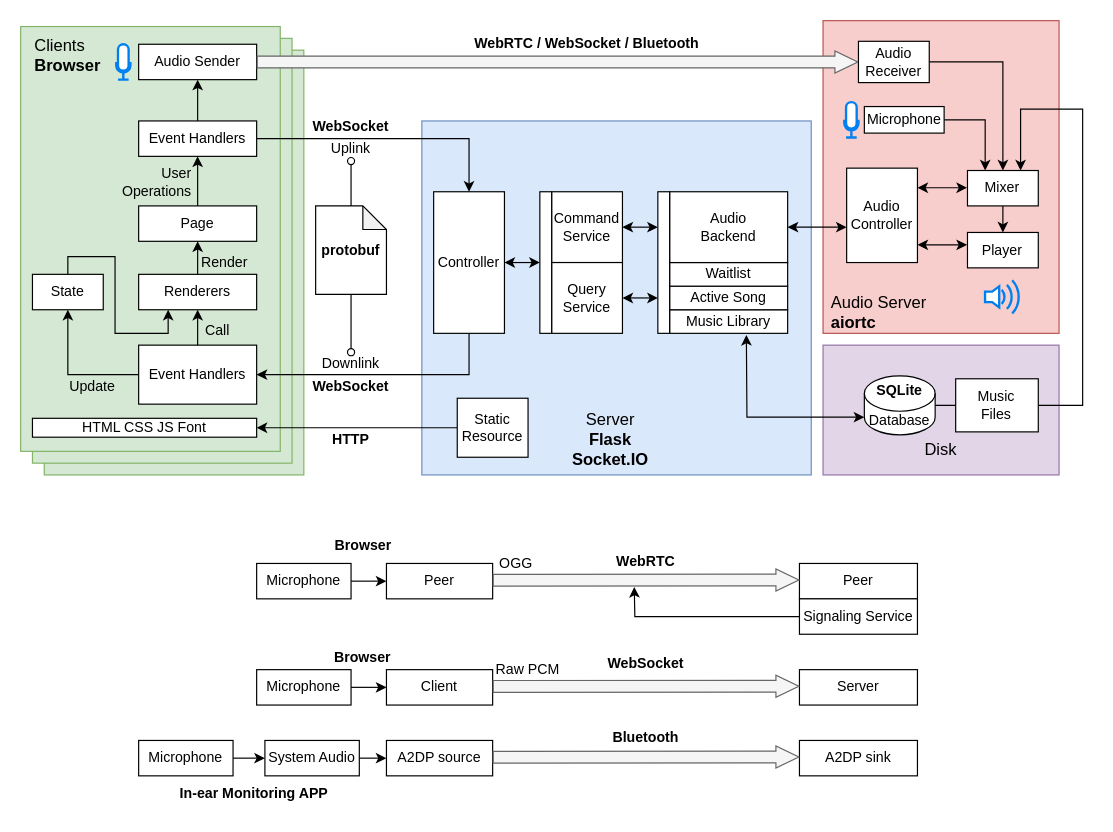
The draw.io diagram Drafts/ksong-arch.drawio in xrysamuel/my-drawio, before the edit. Source tidied: cells renumbered, new cells numbered last; positions are measured from the earlier drawing's top-left corner, leaving out a move shared by most shapes. Both pictures are drawn from the tidied source at 118%, with x=0, y=0 at pixel (20, 20).
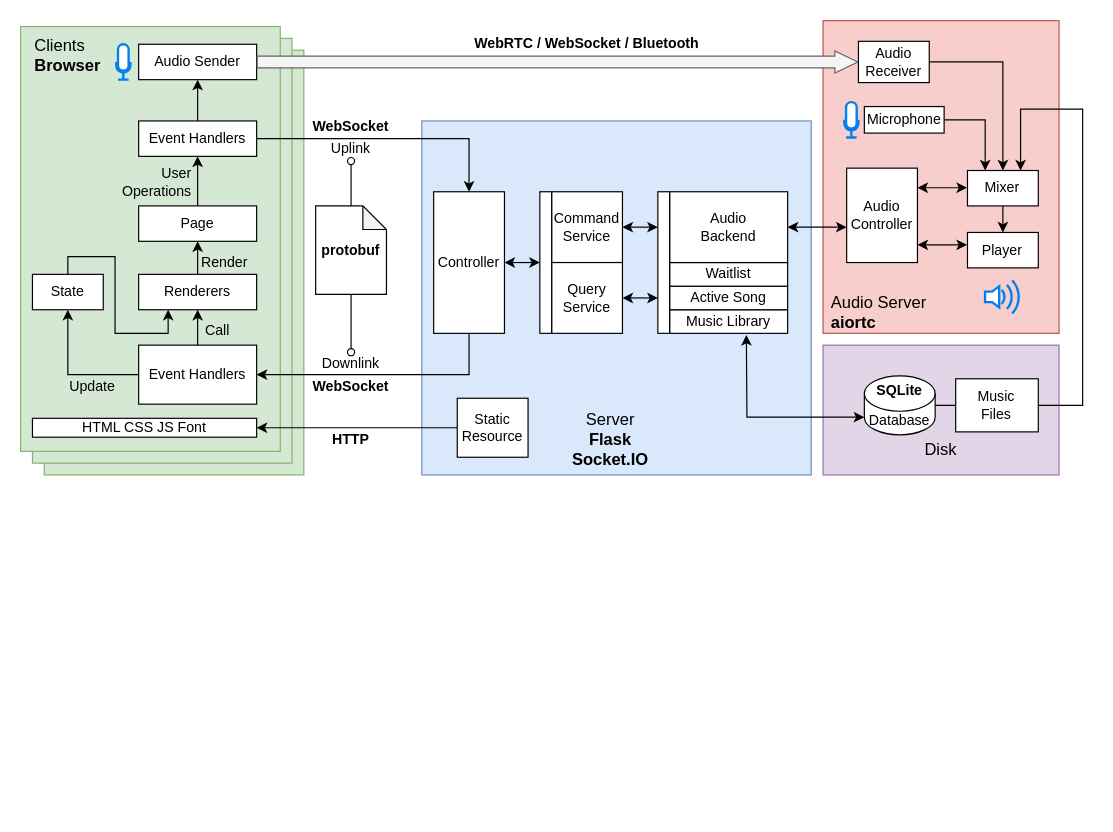
The same page after the edit.

The edit, as a diff of the source:
```diff
@@
-    <mxCell id="75" value="Peer" style="rounded=0;whiteSpace=wrap;html=1;" parent="1" vertex="1">
-      <mxGeometry x="310" y="460" width="90" height="30" as="geometry" />
-    </mxCell>
-    <mxCell id="76" value="Peer" style="rounded=0;whiteSpace=wrap;html=1;" parent="1" vertex="1">
-      <mxGeometry x="660" y="460" width="100" height="30" as="geometry" />
-    </mxCell>
-    <mxCell id="77" style="shape=flexArrow;endArrow=classic;html=1;rounded=0;endWidth=7.666666666666667;endSize=6.146666666666667;fillColor=#f5f5f5;strokeColor=#666666;" parent="1" edge="1">
-      <mxGeometry relative="1" as="geometry">
-        <mxPoint x="400" y="474.2" as="sourcePoint" />
-        <mxPoint x="660" y="474" as="targetPoint" />
-      </mxGeometry>
-    </mxCell>
-    <mxCell id="78" value="WebRTC" style="text;html=1;align=center;verticalAlign=middle;whiteSpace=wrap;rounded=0;fontStyle=1;" parent="1" vertex="1">
-      <mxGeometry x="420" y="444" width="220" height="30" as="geometry" />
-    </mxCell>
-    <mxCell id="79" style="edgeStyle=orthogonalEdgeStyle;rounded=0;jettySize=auto;html=1;exitX=0;exitY=0.5;exitDx=0;exitDy=0;" parent="1" edge="1" source="80">
-      <mxGeometry relative="1" as="geometry">
-        <mxPoint x="520" y="480" as="targetPoint" />
-      </mxGeometry>
-    </mxCell>
-    <mxCell id="80" value="Signaling Service" style="rounded=0;whiteSpace=wrap;html=1;" parent="1" vertex="1">
-      <mxGeometry x="660" y="490" width="100" height="30" as="geometry" />
-    </mxCell>
-    <mxCell id="81" value="A2DP source" style="rounded=0;whiteSpace=wrap;html=1;" parent="1" vertex="1">
-      <mxGeometry x="310" y="610" width="90" height="30" as="geometry" />
-    </mxCell>
-    <mxCell id="82" value="A2DP sink" style="rounded=0;whiteSpace=wrap;html=1;" parent="1" vertex="1">
-      <mxGeometry x="660" y="610" width="100" height="30" as="geometry" />
-    </mxCell>
-    <mxCell id="83" style="shape=flexArrow;endArrow=classic;html=1;rounded=0;endWidth=7.666666666666667;endSize=6.146666666666667;fillColor=#f5f5f5;strokeColor=#666666;" parent="1" edge="1">
-      <mxGeometry relative="1" as="geometry">
-        <mxPoint x="400" y="624.2" as="sourcePoint" />
-        <mxPoint x="660" y="624" as="targetPoint" />
-      </mxGeometry>
-    </mxCell>
-    <mxCell id="84" value="Bluetooth" style="text;html=1;align=center;verticalAlign=middle;whiteSpace=wrap;rounded=0;fontStyle=1;" parent="1" vertex="1">
-      <mxGeometry x="420" y="593" width="220" height="30" as="geometry" />
-    </mxCell>
-    <mxCell id="85" style="edgeStyle=none;rounded=0;orthogonalLoop=1;jettySize=auto;html=1;exitX=0.5;exitY=1;exitDx=0;exitDy=0;" parent="1" edge="1" source="84" target="84">
-      <mxGeometry relative="1" as="geometry" />
-    </mxCell>
-    <mxCell id="86" style="edgeStyle=none;rounded=0;jettySize=auto;html=1;exitX=1;exitY=0.5;exitDx=0;exitDy=0;entryX=0;entryY=0.5;entryDx=0;entryDy=0;" parent="1" edge="1" source="87" target="81">
-      <mxGeometry relative="1" as="geometry" />
-    </mxCell>
-    <mxCell id="87" value="System Audio" style="rounded=0;whiteSpace=wrap;html=1;" parent="1" vertex="1">
-      <mxGeometry x="207" y="610" width="80" height="30" as="geometry" />
-    </mxCell>
-    <mxCell id="88" style="edgeStyle=none;rounded=0;jettySize=auto;html=1;exitX=1;exitY=0.5;exitDx=0;exitDy=0;entryX=0;entryY=0.5;entryDx=0;entryDy=0;" parent="1" edge="1" source="89" target="75">
-      <mxGeometry relative="1" as="geometry" />
-    </mxCell>
-    <mxCell id="89" value="Microphone" style="rounded=0;whiteSpace=wrap;html=1;" parent="1" vertex="1">
-      <mxGeometry x="200" y="460" width="80" height="30" as="geometry" />
-    </mxCell>
-    <mxCell id="90" value="Client" style="rounded=0;whiteSpace=wrap;html=1;" parent="1" vertex="1">
-      <mxGeometry x="310" y="550" width="90" height="30" as="geometry" />
-    </mxCell>
-    <mxCell id="91" value="Server" style="rounded=0;whiteSpace=wrap;html=1;" parent="1" vertex="1">
-      <mxGeometry x="660" y="550" width="100" height="30" as="geometry" />
-    </mxCell>
-    <mxCell id="92" style="shape=flexArrow;endArrow=classic;html=1;rounded=0;endWidth=7.666666666666667;endSize=6.146666666666667;fillColor=#f5f5f5;strokeColor=#666666;" parent="1" edge="1">
-      <mxGeometry relative="1" as="geometry">
-        <mxPoint x="400" y="564.2" as="sourcePoint" />
-        <mxPoint x="660" y="564" as="targetPoint" />
-      </mxGeometry>
-    </mxCell>
-    <mxCell id="93" value="WebSocket" style="text;html=1;align=center;verticalAlign=middle;whiteSpace=wrap;rounded=0;fontStyle=1;" parent="1" vertex="1">
-      <mxGeometry x="420" y="530" width="220" height="30" as="geometry" />
-    </mxCell>
-    <mxCell id="94" style="edgeStyle=none;rounded=0;orthogonalLoop=1;jettySize=auto;html=1;exitX=0.5;exitY=1;exitDx=0;exitDy=0;" parent="1" edge="1" source="93" target="93">
-      <mxGeometry relative="1" as="geometry" />
-    </mxCell>
-    <mxCell id="95" style="edgeStyle=none;rounded=0;jettySize=auto;html=1;exitX=1;exitY=0.5;exitDx=0;exitDy=0;entryX=0;entryY=0.5;entryDx=0;entryDy=0;" parent="1" edge="1" source="96" target="90">
-      <mxGeometry relative="1" as="geometry" />
-    </mxCell>
-    <mxCell id="96" value="Microphone" style="rounded=0;whiteSpace=wrap;html=1;" parent="1" vertex="1">
-      <mxGeometry x="200" y="550" width="80" height="30" as="geometry" />
-    </mxCell>
-    <mxCell id="97" value="OGG" style="text;html=1;align=center;verticalAlign=middle;whiteSpace=wrap;rounded=0;" parent="1" vertex="1">
-      <mxGeometry x="390" y="445" width="60" height="30" as="geometry" />
-    </mxCell>
-    <mxCell id="98" value="Raw PCM" style="text;html=1;align=center;verticalAlign=middle;whiteSpace=wrap;rounded=0;" parent="1" vertex="1">
-      <mxGeometry x="400" y="540" width="60" height="20" as="geometry" />
-    </mxCell>
-    <mxCell id="99" style="edgeStyle=none;rounded=0;jettySize=auto;html=1;exitX=1;exitY=0.5;exitDx=0;exitDy=0;entryX=0;entryY=0.5;entryDx=0;entryDy=0;" parent="1" edge="1" source="100" target="87">
-      <mxGeometry relative="1" as="geometry" />
-    </mxCell>
-    <mxCell id="100" value="Microphone" style="rounded=0;whiteSpace=wrap;html=1;" parent="1" vertex="1">
-      <mxGeometry x="100" y="610" width="80" height="30" as="geometry" />
-    </mxCell>
-    <mxCell id="101" value="Browser" style="text;html=1;align=center;verticalAlign=middle;whiteSpace=wrap;rounded=0;fontStyle=1;" parent="1" vertex="1">
-      <mxGeometry x="208.5" y="430" width="163" height="30" as="geometry" />
-    </mxCell>
-    <mxCell id="102" value="Browser" style="text;html=1;align=center;verticalAlign=middle;whiteSpace=wrap;rounded=0;fontStyle=1;" parent="1" vertex="1">
-      <mxGeometry x="180" y="525" width="220" height="30" as="geometry" />
-    </mxCell>
-    <mxCell id="103" value="In-ear Monitoring APP" style="text;html=1;align=center;verticalAlign=middle;whiteSpace=wrap;rounded=0;fontStyle=1;" parent="1" vertex="1">
-      <mxGeometry x="88" y="640" width="220" height="30" as="geometry" />
-    </mxCell>
```
